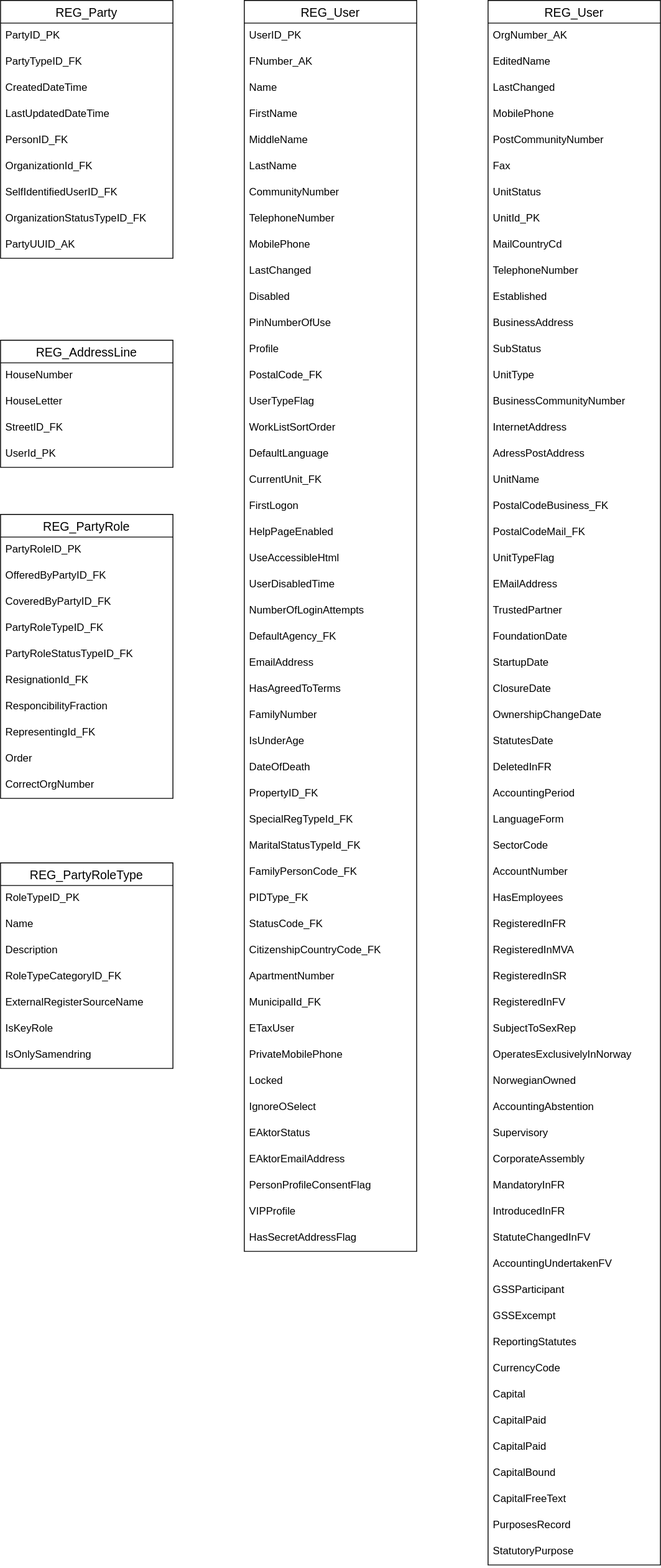
Above: content/technology/solutions/altinn-platform/register/dbdesignorg.drawio.svg in Altinn/altinn-studio-docs (draw.io), before the change. Source tidied: cells renumbered, new cells last; positions are measured from the earlier drawing's top-left corner, leaving out a move shared by most shapes.
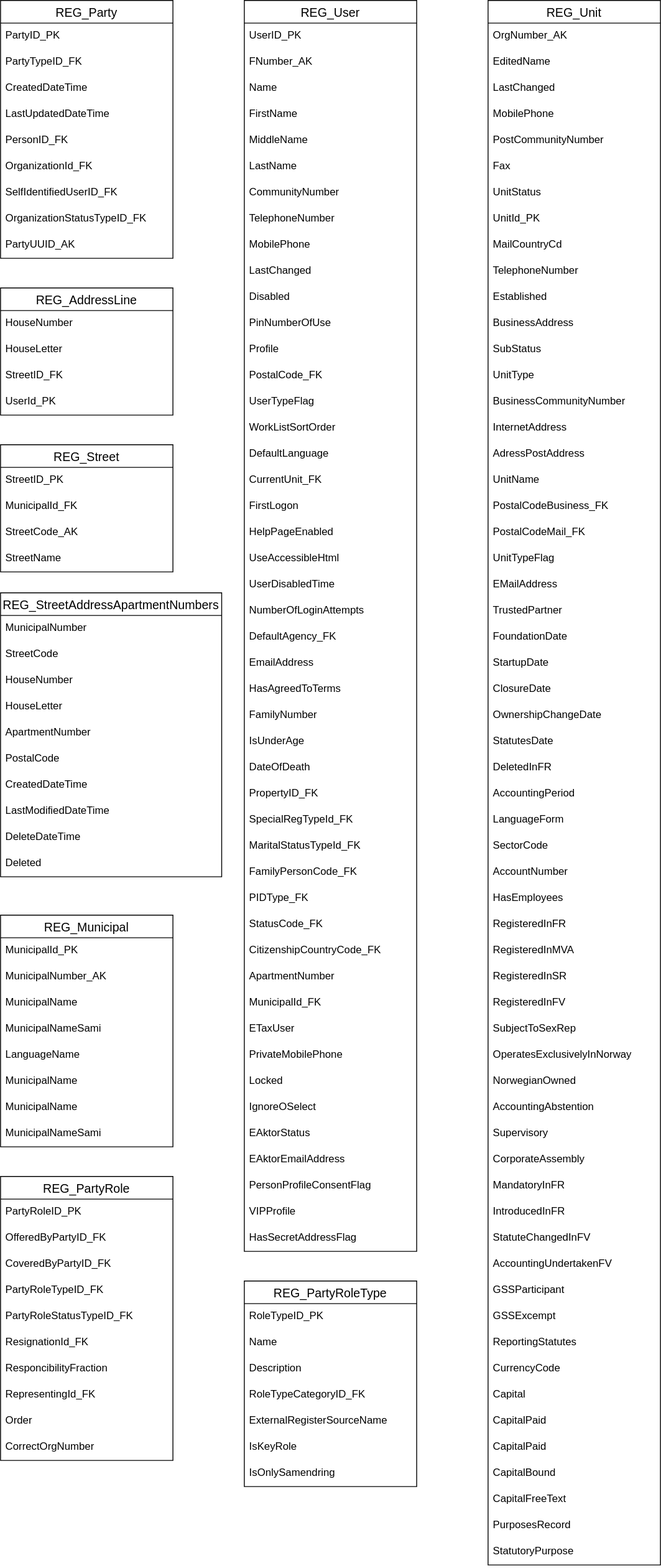
After the change.

Change to the diagram source:
```diff
@@ -176,7 +176,7 @@
     <mxCell id="59" value="HasSecretAddressFlag" style="text;strokeColor=none;fillColor=none;spacingLeft=4;spacingRight=4;overflow=hidden;fontSize=12;" parent="12" vertex="1">
       <mxGeometry y="1406" width="198" height="30" as="geometry" />
     </mxCell>
-    <mxCell id="60" value="REG_User" style="swimlane;fontStyle=0;horizontal=1;startSize=26;align=center;fontSize=14;" parent="1" vertex="1">
+    <mxCell id="60" value="REG_Unit" style="swimlane;fontStyle=0;horizontal=1;startSize=26;align=center;fontSize=14;" parent="1" vertex="1">
       <mxGeometry x="560" width="198" height="1796" as="geometry" />
     </mxCell>
     <mxCell id="61" value="OrgNumber_AK" style="text;strokeColor=none;fillColor=none;spacingLeft=4;spacingRight=4;overflow=hidden;fontSize=12;" parent="60" vertex="1">
@@ -357,7 +357,7 @@
       <mxGeometry y="1766" width="198" height="30" as="geometry" />
     </mxCell>
     <mxCell id="120" value="REG_AddressLine" style="swimlane;fontStyle=0;horizontal=1;startSize=26;align=center;fontSize=14;" parent="1" vertex="1">
-      <mxGeometry y="390" width="198" height="146" as="geometry" />
+      <mxGeometry y="330" width="198" height="146" as="geometry" />
     </mxCell>
     <mxCell id="121" value="HouseNumber" style="text;strokeColor=none;fillColor=none;spacingLeft=4;spacingRight=4;overflow=hidden;fontSize=12;" parent="120" vertex="1">
       <mxGeometry y="26" width="198" height="30" as="geometry" />
@@ -372,7 +372,7 @@
       <mxGeometry y="116" width="198" height="30" as="geometry" />
     </mxCell>
     <mxCell id="125" value="REG_PartyRole" style="swimlane;fontStyle=0;horizontal=1;startSize=26;align=center;fontSize=14;" parent="1" vertex="1">
-      <mxGeometry y="590" width="198" height="326" as="geometry" />
+      <mxGeometry y="1350" width="198" height="326" as="geometry" />
     </mxCell>
     <mxCell id="126" value="PartyRoleID_PK" style="text;strokeColor=none;fillColor=none;spacingLeft=4;spacingRight=4;overflow=hidden;fontSize=12;" parent="125" vertex="1">
       <mxGeometry y="26" width="198" height="30" as="geometry" />
@@ -405,7 +405,7 @@
       <mxGeometry y="296" width="198" height="30" as="geometry" />
     </mxCell>
     <mxCell id="136" value="REG_PartyRoleType" style="swimlane;fontStyle=0;horizontal=1;startSize=26;align=center;fontSize=14;" parent="1" vertex="1">
-      <mxGeometry y="990" width="198" height="236" as="geometry" />
+      <mxGeometry x="280" y="1470" width="198" height="236" as="geometry" />
     </mxCell>
     <mxCell id="137" value="RoleTypeID_PK" style="text;strokeColor=none;fillColor=none;spacingLeft=4;spacingRight=4;overflow=hidden;fontSize=12;" parent="136" vertex="1">
       <mxGeometry y="26" width="198" height="30" as="geometry" />
@@ -428,5 +428,80 @@
     <mxCell id="143" value="IsOnlySamendring" style="text;strokeColor=none;fillColor=none;spacingLeft=4;spacingRight=4;overflow=hidden;fontSize=12;" parent="136" vertex="1">
       <mxGeometry y="206" width="198" height="30" as="geometry" />
     </mxCell>
+    <mxCell id="144" value="REG_Street" style="swimlane;fontStyle=0;horizontal=1;startSize=26;align=center;fontSize=14;" parent="1" vertex="1">
+      <mxGeometry y="510" width="198" height="146" as="geometry" />
+    </mxCell>
+    <mxCell id="145" value="StreetID_PK" style="text;strokeColor=none;fillColor=none;spacingLeft=4;spacingRight=4;overflow=hidden;fontSize=12;" parent="144" vertex="1">
+      <mxGeometry y="26" width="198" height="30" as="geometry" />
+    </mxCell>
+    <mxCell id="146" value="MunicipalId_FK" style="text;strokeColor=none;fillColor=none;spacingLeft=4;spacingRight=4;overflow=hidden;fontSize=12;" parent="144" vertex="1">
+      <mxGeometry y="56" width="198" height="30" as="geometry" />
+    </mxCell>
+    <mxCell id="147" value="StreetCode_AK" style="text;strokeColor=none;fillColor=none;spacingLeft=4;spacingRight=4;overflow=hidden;fontSize=12;" parent="144" vertex="1">
+      <mxGeometry y="86" width="198" height="30" as="geometry" />
+    </mxCell>
+    <mxCell id="148" value="StreetName" style="text;strokeColor=none;fillColor=none;spacingLeft=4;spacingRight=4;overflow=hidden;fontSize=12;" parent="144" vertex="1">
+      <mxGeometry y="116" width="198" height="30" as="geometry" />
+    </mxCell>
+    <mxCell id="149" value="REG_StreetAddressApartmentNumbers" style="swimlane;fontStyle=0;horizontal=1;startSize=26;align=center;fontSize=14;" parent="1" vertex="1">
+      <mxGeometry y="680" width="254" height="326" as="geometry" />
+    </mxCell>
+    <mxCell id="150" value="MunicipalNumber" style="text;strokeColor=none;fillColor=none;spacingLeft=4;spacingRight=4;overflow=hidden;fontSize=12;" parent="149" vertex="1">
+      <mxGeometry y="26" width="254" height="30" as="geometry" />
+    </mxCell>
+    <mxCell id="151" value="StreetCode" style="text;strokeColor=none;fillColor=none;spacingLeft=4;spacingRight=4;overflow=hidden;fontSize=12;" parent="149" vertex="1">
+      <mxGeometry y="56" width="254" height="30" as="geometry" />
+    </mxCell>
+    <mxCell id="152" value="HouseNumber" style="text;strokeColor=none;fillColor=none;spacingLeft=4;spacingRight=4;overflow=hidden;fontSize=12;" parent="149" vertex="1">
+      <mxGeometry y="86" width="254" height="30" as="geometry" />
+    </mxCell>
+    <mxCell id="153" value="HouseLetter" style="text;strokeColor=none;fillColor=none;spacingLeft=4;spacingRight=4;overflow=hidden;fontSize=12;" parent="149" vertex="1">
+      <mxGeometry y="116" width="254" height="30" as="geometry" />
+    </mxCell>
+    <mxCell id="154" value="ApartmentNumber" style="text;strokeColor=none;fillColor=none;spacingLeft=4;spacingRight=4;overflow=hidden;fontSize=12;" parent="149" vertex="1">
+      <mxGeometry y="146" width="254" height="30" as="geometry" />
+    </mxCell>
+    <mxCell id="155" value="PostalCode" style="text;strokeColor=none;fillColor=none;spacingLeft=4;spacingRight=4;overflow=hidden;fontSize=12;" parent="149" vertex="1">
+      <mxGeometry y="176" width="254" height="30" as="geometry" />
+    </mxCell>
+    <mxCell id="156" value="CreatedDateTime" style="text;strokeColor=none;fillColor=none;spacingLeft=4;spacingRight=4;overflow=hidden;fontSize=12;" parent="149" vertex="1">
+      <mxGeometry y="206" width="254" height="30" as="geometry" />
+    </mxCell>
+    <mxCell id="157" value="LastModifiedDateTime" style="text;strokeColor=none;fillColor=none;spacingLeft=4;spacingRight=4;overflow=hidden;fontSize=12;" parent="149" vertex="1">
+      <mxGeometry y="236" width="254" height="30" as="geometry" />
+    </mxCell>
+    <mxCell id="158" value="DeleteDateTime" style="text;strokeColor=none;fillColor=none;spacingLeft=4;spacingRight=4;overflow=hidden;fontSize=12;" parent="149" vertex="1">
+      <mxGeometry y="266" width="254" height="30" as="geometry" />
+    </mxCell>
+    <mxCell id="159" value="Deleted" style="text;strokeColor=none;fillColor=none;spacingLeft=4;spacingRight=4;overflow=hidden;fontSize=12;" parent="149" vertex="1">
+      <mxGeometry y="296" width="254" height="30" as="geometry" />
+    </mxCell>
+    <mxCell id="160" value="REG_Municipal" style="swimlane;fontStyle=0;horizontal=1;startSize=26;align=center;fontSize=14;" parent="1" vertex="1">
+      <mxGeometry y="1050" width="198" height="266" as="geometry" />
+    </mxCell>
+    <mxCell id="161" value="MunicipalId_PK" style="text;strokeColor=none;fillColor=none;spacingLeft=4;spacingRight=4;overflow=hidden;fontSize=12;" parent="160" vertex="1">
+      <mxGeometry y="26" width="198" height="30" as="geometry" />
+    </mxCell>
+    <mxCell id="162" value="MunicipalNumber_AK" style="text;strokeColor=none;fillColor=none;spacingLeft=4;spacingRight=4;overflow=hidden;fontSize=12;" parent="160" vertex="1">
+      <mxGeometry y="56" width="198" height="30" as="geometry" />
+    </mxCell>
+    <mxCell id="163" value="MunicipalName" style="text;strokeColor=none;fillColor=none;spacingLeft=4;spacingRight=4;overflow=hidden;fontSize=12;" parent="160" vertex="1">
+      <mxGeometry y="86" width="198" height="30" as="geometry" />
+    </mxCell>
+    <mxCell id="164" value="MunicipalNameSami" style="text;strokeColor=none;fillColor=none;spacingLeft=4;spacingRight=4;overflow=hidden;fontSize=12;" parent="160" vertex="1">
+      <mxGeometry y="116" width="198" height="30" as="geometry" />
+    </mxCell>
+    <mxCell id="165" value="LanguageName" style="text;strokeColor=none;fillColor=none;spacingLeft=4;spacingRight=4;overflow=hidden;fontSize=12;" parent="160" vertex="1">
+      <mxGeometry y="146" width="198" height="30" as="geometry" />
+    </mxCell>
+    <mxCell id="166" value="MunicipalName" style="text;strokeColor=none;fillColor=none;spacingLeft=4;spacingRight=4;overflow=hidden;fontSize=12;" parent="160" vertex="1">
+      <mxGeometry y="176" width="198" height="30" as="geometry" />
+    </mxCell>
+    <mxCell id="167" value="MunicipalName" style="text;strokeColor=none;fillColor=none;spacingLeft=4;spacingRight=4;overflow=hidden;fontSize=12;" parent="160" vertex="1">
+      <mxGeometry y="206" width="198" height="30" as="geometry" />
+    </mxCell>
+    <mxCell id="168" value="MunicipalNameSami" style="text;strokeColor=none;fillColor=none;spacingLeft=4;spacingRight=4;overflow=hidden;fontSize=12;" parent="160" vertex="1">
+      <mxGeometry y="236" width="198" height="30" as="geometry" />
+    </mxCell>
   </root>
 </mxGraphModel>
```
